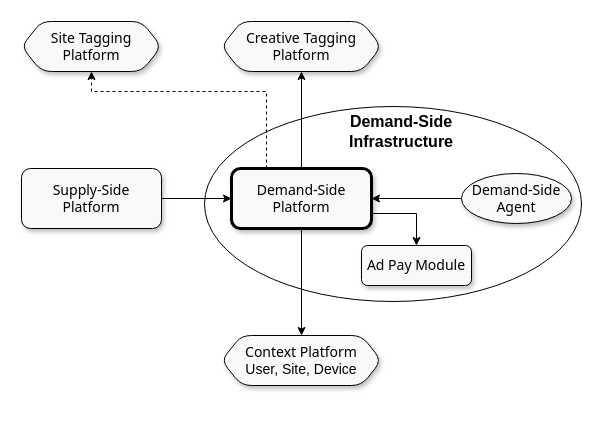
Before: page "DSI" (4 of 6) of protocol/infrastructure/index.drawio in adshares/adshares-docs, a draw.io diagram. Source tidied: cells renumbered, new cells numbered last; positions are measured from the earlier drawing's top-left corner, leaving out a move shared by most shapes. Both pictures are drawn from the tidied source at 100%, with x=0, y=0 at pixel (21, 21).
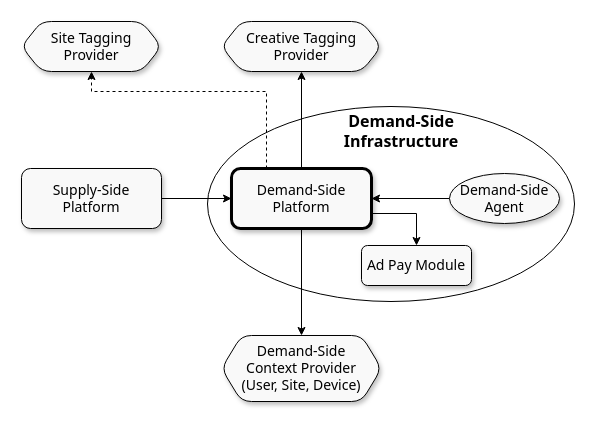
The same page after the edit.

The edit, as a diff of the source:
```diff
@@
 <mxGraphModel>
   <root>
     <mxCell id="0" />
     <mxCell id="1" parent="0" />
     <mxCell id="2" style="ellipse;whiteSpace=wrap;html=1;fillColor=none;strokeColor=#000000;fontColor=#000000;strokeWidth=1;shadow=0;" parent="1" vertex="1">
-      <mxGeometry x="183" y="85" width="377" height="195" as="geometry" />
+      <mxGeometry x="186" y="85" width="367" height="195" as="geometry" />
     </mxCell>
     <mxCell id="3" style="edgeStyle=orthogonalEdgeStyle;rounded=0;jettySize=auto;html=1;entryX=0;entryY=0.5;entryDx=0;entryDy=0;" parent="1" edge="1" source="4" target="9">
       <mxGeometry relative="1" as="geometry" />
     </mxCell>
-    <mxCell id="4" value="&lt;span style=&quot;font-family: &amp;quot;HCo Gotham&amp;quot;, system-ui, -apple-system, &amp;quot;Segoe UI&amp;quot;, Roboto, &amp;quot;Helvetica Neue&amp;quot;, Arial, &amp;quot;Noto Sans&amp;quot;, &amp;quot;Liberation Sans&amp;quot;, sans-serif, &amp;quot;Apple Color Emoji&amp;quot;, &amp;quot;Segoe UI Emoji&amp;quot;, &amp;quot;Segoe UI Symbol&amp;quot;, &amp;quot;Noto Color Emoji&amp;quot;; text-align: start;&quot;&gt;&lt;font style=&quot;font-size: 14px;&quot;&gt;Supply-Side&lt;br&gt;Platform&lt;/font&gt;&lt;/span&gt;" style="rounded=1;whiteSpace=wrap;html=1;shadow=1;glass=0;fontColor=#000000;strokeColor=#000000;fillColor=#F9F9F9;" parent="1" vertex="1">
+    <mxCell id="4" value="&lt;span style=&quot;text-align: start;&quot;&gt;&lt;font face=&quot;Tahoma&quot; style=&quot;font-size: 14px;&quot;&gt;Supply-Side&lt;br&gt;Platform&lt;/font&gt;&lt;/span&gt;" style="rounded=1;whiteSpace=wrap;html=1;shadow=1;glass=0;fontColor=#000000;strokeColor=#000000;fillColor=#F9F9F9;" parent="1" vertex="1">
       <mxGeometry y="147" width="140" height="60" as="geometry" />
     </mxCell>
     <mxCell id="5" style="edgeStyle=orthogonalEdgeStyle;rounded=0;jettySize=auto;html=1;entryX=0.5;entryY=1;entryDx=0;entryDy=0;fontColor=#000000;strokeColor=#000000;shadow=0;" parent="1" edge="1" source="9" target="10">
       <mxGeometry relative="1" as="geometry" />
     </mxCell>
     <mxCell id="6" style="edgeStyle=orthogonalEdgeStyle;rounded=0;jettySize=auto;html=1;exitX=1;exitY=0.75;exitDx=0;exitDy=0;fontColor=#000000;strokeColor=#000000;shadow=0;" parent="1" edge="1" source="9" target="14">
       <mxGeometry relative="1" as="geometry" />
     </mxCell>
     <mxCell id="7" style="edgeStyle=orthogonalEdgeStyle;rounded=0;jettySize=auto;html=1;fontColor=#000000;strokeColor=#000000;shadow=0;" parent="1" edge="1" source="9" target="16">
       <mxGeometry relative="1" as="geometry" />
     </mxCell>
     <mxCell id="8" style="edgeStyle=orthogonalEdgeStyle;rounded=0;jettySize=auto;html=1;dashed=1;exitX=0.25;exitY=0;exitDx=0;exitDy=0;entryX=0.5;entryY=1;entryDx=0;entryDy=0;" parent="1" edge="1" source="9" target="11">
       <mxGeometry relative="1" as="geometry">
         <Array as="points">
           <mxPoint x="245" y="70" />
           <mxPoint x="70" y="70" />
         </Array>
       </mxGeometry>
     </mxCell>
-    <mxCell id="9" value="&lt;span style=&quot;border-color: var(--border-color); font-family: &amp;quot;HCo Gotham&amp;quot;, system-ui, -apple-system, &amp;quot;Segoe UI&amp;quot;, Roboto, &amp;quot;Helvetica Neue&amp;quot;, Arial, &amp;quot;Noto Sans&amp;quot;, &amp;quot;Liberation Sans&amp;quot;, sans-serif, &amp;quot;Apple Color Emoji&amp;quot;, &amp;quot;Segoe UI Emoji&amp;quot;, &amp;quot;Segoe UI Symbol&amp;quot;, &amp;quot;Noto Color Emoji&amp;quot;; text-align: start;&quot;&gt;&lt;font style=&quot;border-color: var(--border-color); font-size: 14px;&quot;&gt;Demand-Side Platform&lt;/font&gt;&lt;/span&gt;" style="rounded=1;whiteSpace=wrap;html=1;fontColor=#000000;strokeColor=#000000;shadow=1;fillColor=#F9F9F9;strokeWidth=3;" parent="1" vertex="1">
+    <mxCell id="9" value="&lt;span style=&quot;border-color: var(--border-color); text-align: start;&quot;&gt;&lt;font face=&quot;Tahoma&quot; style=&quot;border-color: var(--border-color); font-size: 14px;&quot;&gt;Demand-Side Platform&lt;/font&gt;&lt;/span&gt;" style="rounded=1;whiteSpace=wrap;html=1;fontColor=#000000;strokeColor=#000000;shadow=1;fillColor=#F9F9F9;strokeWidth=3;" parent="1" vertex="1">
       <mxGeometry x="210" y="147" width="140" height="60" as="geometry" />
     </mxCell>
-    <mxCell id="10" value="&lt;span style=&quot;font-family: &amp;quot;HCo Gotham&amp;quot;, system-ui, -apple-system, &amp;quot;Segoe UI&amp;quot;, Roboto, &amp;quot;Helvetica Neue&amp;quot;, Arial, &amp;quot;Noto Sans&amp;quot;, &amp;quot;Liberation Sans&amp;quot;, sans-serif, &amp;quot;Apple Color Emoji&amp;quot;, &amp;quot;Segoe UI Emoji&amp;quot;, &amp;quot;Segoe UI Symbol&amp;quot;, &amp;quot;Noto Color Emoji&amp;quot;; text-align: start;&quot;&gt;&lt;font style=&quot;font-size: 14px;&quot;&gt;Creative Tagging Platform&lt;/font&gt;&lt;/span&gt;&lt;b&gt;&lt;br&gt;&lt;/b&gt;" style="shape=hexagon;perimeter=hexagonPerimeter2;whiteSpace=wrap;html=1;fixedSize=1;fontColor=#000000;strokeColor=#000000;shadow=1;fillColor=#F9F9F9;rounded=1;" parent="1" vertex="1">
+    <mxCell id="10" value="&lt;span style=&quot;text-align: start;&quot;&gt;&lt;font face=&quot;Tahoma&quot; style=&quot;font-size: 14px;&quot;&gt;Creative Tagging&lt;br&gt;Provider&lt;/font&gt;&lt;/span&gt;&lt;b&gt;&lt;br&gt;&lt;/b&gt;" style="shape=hexagon;perimeter=hexagonPerimeter2;whiteSpace=wrap;html=1;fixedSize=1;fontColor=#000000;strokeColor=#000000;shadow=1;fillColor=#F9F9F9;rounded=1;" parent="1" vertex="1">
       <mxGeometry x="200" width="160" height="50" as="geometry" />
     </mxCell>
-    <mxCell id="11" value="&lt;span style=&quot;font-family: &amp;quot;HCo Gotham&amp;quot;, system-ui, -apple-system, &amp;quot;Segoe UI&amp;quot;, Roboto, &amp;quot;Helvetica Neue&amp;quot;, Arial, &amp;quot;Noto Sans&amp;quot;, &amp;quot;Liberation Sans&amp;quot;, sans-serif, &amp;quot;Apple Color Emoji&amp;quot;, &amp;quot;Segoe UI Emoji&amp;quot;, &amp;quot;Segoe UI Symbol&amp;quot;, &amp;quot;Noto Color Emoji&amp;quot;; text-align: start;&quot;&gt;&lt;font style=&quot;font-size: 14px;&quot;&gt;Site Tagging&lt;br&gt;Platform&lt;/font&gt;&lt;/span&gt;" style="shape=hexagon;perimeter=hexagonPerimeter2;whiteSpace=wrap;html=1;fixedSize=1;fontColor=#000000;strokeColor=#000000;shadow=1;fillColor=#F9F9F9;rounded=1;" parent="1" vertex="1">
+    <mxCell id="11" value="&lt;span style=&quot;text-align: start;&quot;&gt;&lt;font face=&quot;Tahoma&quot; style=&quot;font-size: 14px;&quot;&gt;Site Tagging&lt;br&gt;Provider&lt;/font&gt;&lt;/span&gt;" style="shape=hexagon;perimeter=hexagonPerimeter2;whiteSpace=wrap;html=1;fixedSize=1;fontColor=#000000;strokeColor=#000000;shadow=1;fillColor=#F9F9F9;rounded=1;" parent="1" vertex="1">
       <mxGeometry width="140" height="50" as="geometry" />
     </mxCell>
     <mxCell id="12" style="edgeStyle=orthogonalEdgeStyle;rounded=0;jettySize=auto;html=1;entryX=1;entryY=0.5;entryDx=0;entryDy=0;fontColor=#000000;strokeColor=#000000;shadow=0;" parent="1" edge="1" source="13" target="9">
       <mxGeometry relative="1" as="geometry" />
     </mxCell>
-    <mxCell id="13" value="&lt;span style=&quot;border-color: var(--border-color); font-family: &amp;quot;HCo Gotham&amp;quot;, system-ui, -apple-system, &amp;quot;Segoe UI&amp;quot;, Roboto, &amp;quot;Helvetica Neue&amp;quot;, Arial, &amp;quot;Noto Sans&amp;quot;, &amp;quot;Liberation Sans&amp;quot;, sans-serif, &amp;quot;Apple Color Emoji&amp;quot;, &amp;quot;Segoe UI Emoji&amp;quot;, &amp;quot;Segoe UI Symbol&amp;quot;, &amp;quot;Noto Color Emoji&amp;quot;; text-align: start;&quot;&gt;&lt;font style=&quot;border-color: var(--border-color); font-size: 14px;&quot;&gt;Demand-Side Agent&lt;/font&gt;&lt;/span&gt;" style="ellipse;whiteSpace=wrap;html=1;fontColor=#000000;strokeColor=#000000;shadow=1;fillColor=#F9F9F9;" parent="1" vertex="1">
-      <mxGeometry x="440" y="152" width="110" height="50" as="geometry" />
+    <mxCell id="13" value="&lt;span style=&quot;border-color: var(--border-color); text-align: start;&quot;&gt;&lt;font face=&quot;Tahoma&quot; style=&quot;border-color: var(--border-color); font-size: 14px;&quot;&gt;Demand-Side Agent&lt;/font&gt;&lt;/span&gt;" style="ellipse;whiteSpace=wrap;html=1;fontColor=#000000;strokeColor=#000000;shadow=1;fillColor=#F9F9F9;" parent="1" vertex="1">
+      <mxGeometry x="428" y="152" width="110" height="50" as="geometry" />
     </mxCell>
-    <mxCell id="14" value="&lt;span style=&quot;border-color: var(--border-color); font-family: &amp;quot;HCo Gotham&amp;quot;, system-ui, -apple-system, &amp;quot;Segoe UI&amp;quot;, Roboto, &amp;quot;Helvetica Neue&amp;quot;, Arial, &amp;quot;Noto Sans&amp;quot;, &amp;quot;Liberation Sans&amp;quot;, sans-serif, &amp;quot;Apple Color Emoji&amp;quot;, &amp;quot;Segoe UI Emoji&amp;quot;, &amp;quot;Segoe UI Symbol&amp;quot;, &amp;quot;Noto Color Emoji&amp;quot;; text-align: start;&quot;&gt;&lt;font style=&quot;border-color: var(--border-color); font-size: 14px;&quot;&gt;Ad Pay Module&lt;/font&gt;&lt;/span&gt;" style="rounded=1;whiteSpace=wrap;html=1;fontColor=#000000;strokeColor=#000000;shadow=1;fillColor=#F9F9F9;" parent="1" vertex="1">
+    <mxCell id="14" value="&lt;span style=&quot;border-color: var(--border-color); text-align: start;&quot;&gt;&lt;font face=&quot;Tahoma&quot; style=&quot;border-color: var(--border-color); font-size: 14px;&quot;&gt;Ad Pay Module&lt;/font&gt;&lt;/span&gt;" style="rounded=1;whiteSpace=wrap;html=1;fontColor=#000000;strokeColor=#000000;shadow=1;fillColor=#F9F9F9;" parent="1" vertex="1">
       <mxGeometry x="340" y="224" width="110" height="40" as="geometry" />
     </mxCell>
-    <mxCell id="15" value="&lt;b&gt;&lt;font style=&quot;font-size: 16px;&quot;&gt;Demand-Side Infrastructure&lt;/font&gt;&lt;/b&gt;" style="text;html=1;strokeColor=none;fillColor=none;align=center;verticalAlign=middle;whiteSpace=wrap;rounded=0;dashed=1;fontColor=#000000;shadow=0;" parent="1" vertex="1">
+    <mxCell id="15" value="&lt;b&gt;&lt;font face=&quot;Tahoma&quot; style=&quot;font-size: 16px;&quot;&gt;Demand-Side Infrastructure&lt;/font&gt;&lt;/b&gt;" style="text;html=1;strokeColor=none;fillColor=none;align=center;verticalAlign=middle;whiteSpace=wrap;rounded=0;dashed=1;fontColor=#000000;shadow=0;" parent="1" vertex="1">
       <mxGeometry x="310" y="100" width="140" height="20" as="geometry" />
     </mxCell>
-    <mxCell id="16" value="&lt;font style=&quot;font-size: 14px;&quot;&gt;&lt;font style=&quot;&quot;&gt;&lt;span style=&quot;font-family: &amp;quot;HCo Gotham&amp;quot;, system-ui, -apple-system, &amp;quot;Segoe UI&amp;quot;, Roboto, &amp;quot;Helvetica Neue&amp;quot;, Arial, &amp;quot;Noto Sans&amp;quot;, &amp;quot;Liberation Sans&amp;quot;, sans-serif, &amp;quot;Apple Color Emoji&amp;quot;, &amp;quot;Segoe UI Emoji&amp;quot;, &amp;quot;Segoe UI Symbol&amp;quot;, &amp;quot;Noto Color Emoji&amp;quot;; text-align: start;&quot;&gt;Context Platform&lt;br&gt;&lt;/span&gt;&lt;/font&gt;User, Site, Device&lt;/font&gt;" style="shape=hexagon;perimeter=hexagonPerimeter2;whiteSpace=wrap;html=1;fixedSize=1;fontColor=#000000;strokeColor=#000000;shadow=1;fillColor=#F9F9F9;rounded=1;" parent="1" vertex="1">
-      <mxGeometry x="200" y="314" width="160" height="50" as="geometry" />
+    <mxCell id="16" value="&lt;font face=&quot;Tahoma&quot; style=&quot;font-size: 14px;&quot;&gt;&lt;font style=&quot;&quot;&gt;&lt;span style=&quot;text-align: start;&quot;&gt;Demand-Side&lt;br&gt;Context Provider&lt;br&gt;&lt;/span&gt;&lt;/font&gt;(User, Site, Device)&lt;/font&gt;" style="shape=hexagon;perimeter=hexagonPerimeter2;whiteSpace=wrap;html=1;fixedSize=1;fontColor=#000000;strokeColor=#000000;shadow=1;fillColor=#F9F9F9;rounded=1;" parent="1" vertex="1">
+      <mxGeometry x="200" y="314" width="160" height="66" as="geometry" />
     </mxCell>
   </root>
 </mxGraphModel>
```
